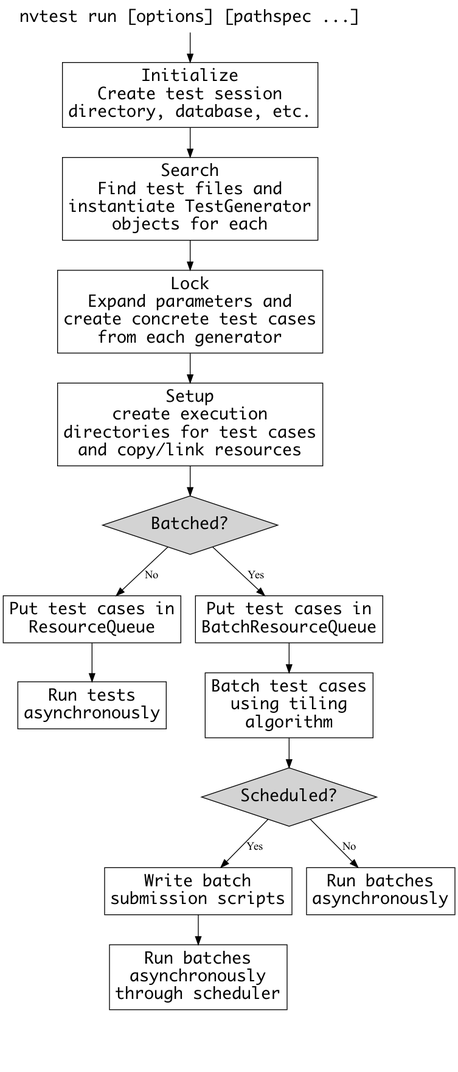
This is docs/source/dot/Design.png from sandialabs/canary, a Graphviz export, as it was before one commit. Its source is kept beside it as docs/source/dot/Design.dot. The source it was exported from:
```dot
digraph G {

bgcolor=transparent;
overlap=compress;
rankdir=TB;

node[
  fontname=Monaco,
  penwidth=1,
  fontsize=20,
  margin=.1,
  shape=box,
]

run [label="nvtest run [options] [pathspec ...]" shape="plaintext"]



init [label="Initialize\nCreate test session\ndirectory, database, etc."]
search [label="Search\nFind test files and\ninstantiate TestGenerator\nobjects for each"]
lock [label="Lock\nExpand parameters and\ncreate concrete test cases\nfrom each generator"]
setup [label="Setup\ncreate execution\ndirectories for test cases\nand copy/link resources"]


  queue [label="Put test cases in\nResourceQueue"]
  batch_queue [label="Put test cases in\nBatchResourceQueue"]

  batched [label="Batched?", fixedsize="true", width="3", height="1", shape="diamond", style="filled"]
  batch_cases [label="Batch test cases\nusing tiling\nalgorithm"]
  write_batch [label="Write batch\nsubmission scripts"]

  scheduled [label="Scheduled?", fixedsize="true", width="3", height="1", shape="diamond", style="filled"]
  run_batched_sched    [label="Run batches\nasynchronously\nthrough scheduler"]

  run_batched_no_sched [label="Run batches\nasynchronously"]

  run_async [label="Run tests\nasynchronously"]

  nothing1 [style="invis" label="          "]
  nothing2 [style="invis" label="          "]

  batched -> batch_queue [label="Yes"]
  batch_queue -> batch_cases -> scheduled
  scheduled -> write_batch [label="Yes"]
  write_batch -> run_batched_sched
  run_batched_sched -> nothing1 [style="invis"]

  scheduled -> run_batched_no_sched [label="No"]
  run_batched_no_sched -> nothing2 [style="invis"]

  batched -> queue [label="No"]
  queue -> run_async


  run -> init -> search -> lock -> setup -> batched

}
```
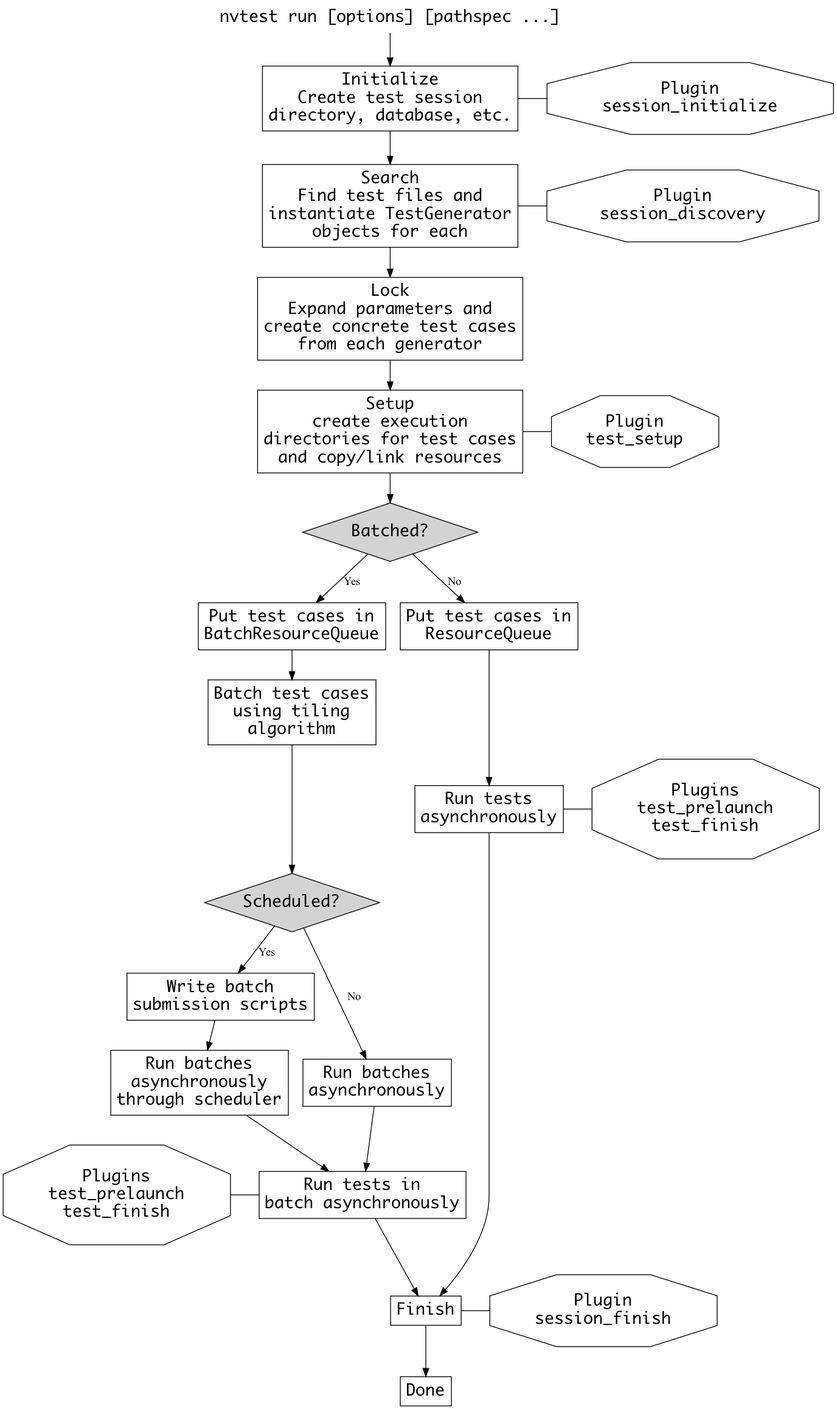
After the commit.

Commit message:
update docs and fix prepare->prelaunch

Change to the diagram source:
```diff
@@ -10,17 +10,25 @@
   fontsize=20,
   margin=.1,
   shape=box,
+  ordering=out
 ]
 
 run [label="nvtest run [options] [pathspec ...]" shape="plaintext"]
 
 
-
+plug_test_run [label="Plugins\ntest_prelaunch\ntest_finish" shape="octagon"]
+plug_test_run_b1 [label="Plugins\ntest_prelaunch\ntest_finish" shape="octagon"]
 init [label="Initialize\nCreate test session\ndirectory, database, etc."]
 search [label="Search\nFind test files and\ninstantiate TestGenerator\nobjects for each"]
 lock [label="Lock\nExpand parameters and\ncreate concrete test cases\nfrom each generator"]
 setup [label="Setup\ncreate execution\ndirectories for test cases\nand copy/link resources"]
+finish [label="Finish"]
+done [label="Done"]
 
+plug_session_init [label="Plugin\nsession_initialize" shape="octagon"]
+plug_session_discovery [label="Plugin\nsession_discovery" shape="octagon"]
+plug_session_finish [label="Plugin\nsession_finish" shape="octagon"]
+plug_test_setup [label="Plugin\ntest_setup" shape="octagon"]
 
   queue [label="Put test cases in\nResourceQueue"]
   batch_queue [label="Put test cases in\nBatchResourceQueue"]
@@ -31,6 +39,7 @@
 
   scheduled [label="Scheduled?", fixedsize="true", width="3", height="1", shape="diamond", style="filled"]
   run_batched_sched    [label="Run batches\nasynchronously\nthrough scheduler"]
+  run_async_b1 [label="Run tests in\nbatch asynchronously"]
 
   run_batched_no_sched [label="Run batches\nasynchronously"]
 
@@ -43,15 +52,36 @@
   batch_queue -> batch_cases -> scheduled
   scheduled -> write_batch [label="Yes"]
   write_batch -> run_batched_sched
-  run_batched_sched -> nothing1 [style="invis"]
+  run_batched_sched -> run_async_b1 //nothing1 [style="invis"]
+  plug_test_run_b1 -> run_async_b1 [arrowhead="none"]
 
   scheduled -> run_batched_no_sched [label="No"]
-  run_batched_no_sched -> nothing2 [style="invis"]
+  run_batched_no_sched -> run_async_b1 //nothing2 [style="invis"]
 
   batched -> queue [label="No"]
   queue -> run_async
+  run_async -> plug_test_run [arrowhead="none"]
+  run_async -> finish
 
+  run -> init
+  init -> plug_session_init [arrowhead="none"]
+  init -> search
+  search -> plug_session_discovery [arrowhead="none"]
+  search -> lock -> setup
+  setup -> plug_test_setup [arrowhead="none"]
+  setup -> batched
 
-  run -> init -> search -> lock -> setup -> batched
+  run_async_b1 -> finish
+
+  finish -> plug_session_finish [arrowhead="none"]
+  finish -> done
+
+  {rank="same"; init; plug_session_init;}
+  {rank="same"; search; plug_session_discovery;}
+  {rank="same"; setup; plug_test_setup;}
+  {rank="same"; plug_test_run; run_async;}
+  {rank="same"; finish; plug_session_finish;}
+  {rank="same"; run_async_b1; plug_test_run_b1}
+  {rank="same"; run_batched_no_sched; run_batched_sched}
 
 }
```
